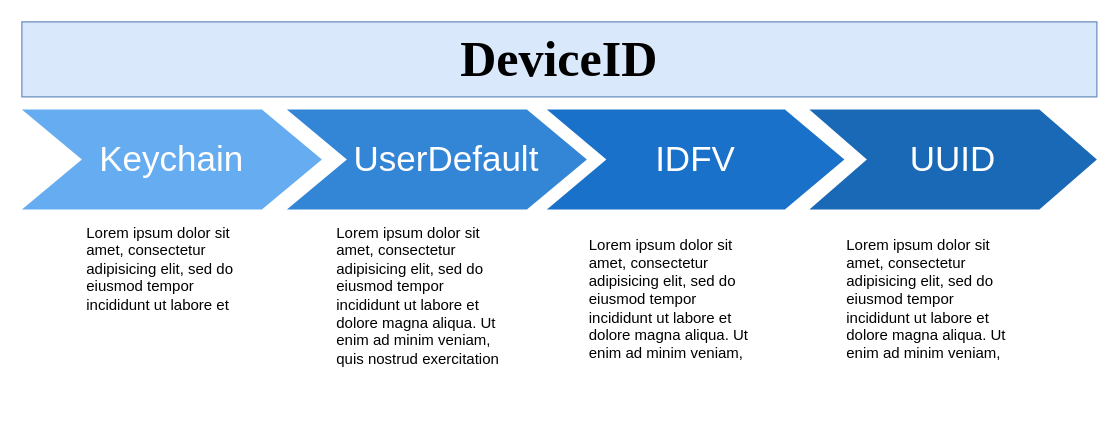
Above: deviceid.drawio in Arthurcsh/Draw.io (draw.io), before the change. Source tidied: cells renumbered, new cells numbered last; positions are measured from the earlier drawing's top-left corner, leaving out a move shared by most shapes. Both pictures are drawn from the tidied source at 125%, with x=0, y=0 at pixel (21, 21).
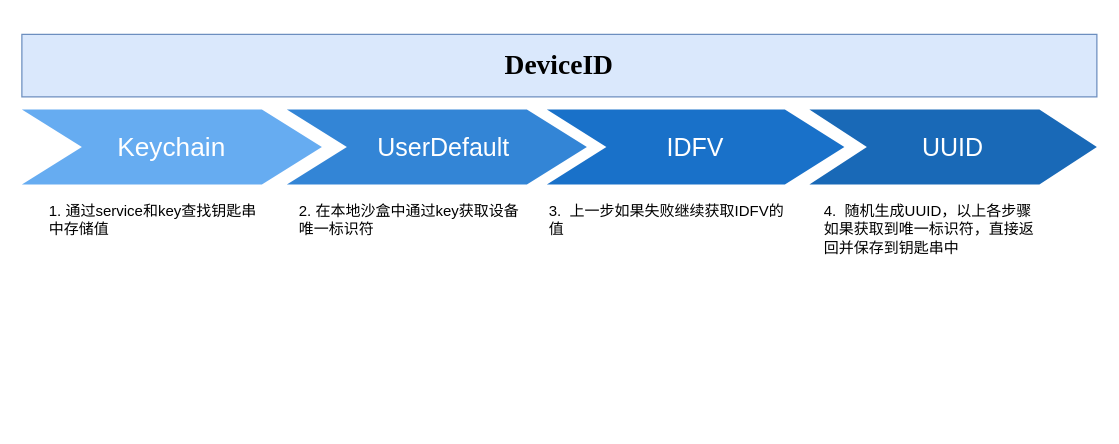
The same page after the edit.

Diff of the diagram source:
```diff
@@
 <mxGraphModel background="#ffffff">
   <root>
     <mxCell id="0" />
     <mxCell id="1" parent="0" />
-    <mxCell id="2" value="Keychain" style="shape=step;whiteSpace=wrap;html=1;fontSize=28;fillColor=#0075E8;fontColor=#FFFFFF;strokeColor=none;opacity=60;" parent="1" vertex="1">
-      <mxGeometry y="70" width="240" height="80" as="geometry" />
+    <mxCell id="2" value="Keychain" style="shape=step;whiteSpace=wrap;html=1;fontSize=21;fillColor=#0075E8;fontColor=#FFFFFF;strokeColor=none;opacity=60;" parent="1" vertex="1">
+      <mxGeometry y="70" width="240" height="60" as="geometry" />
     </mxCell>
-    <mxCell id="3" value="&amp;nbsp; UserDefault" style="shape=step;whiteSpace=wrap;html=1;fontSize=28;fillColor=#0067CC;fontColor=#FFFFFF;strokeColor=none;opacity=80;" parent="1" vertex="1">
-      <mxGeometry x="212" y="70" width="240" height="80" as="geometry" />
+    <mxCell id="3" value="&amp;nbsp; UserDefault" style="shape=step;whiteSpace=wrap;html=1;fontSize=20;fillColor=#0067CC;fontColor=#FFFFFF;strokeColor=none;opacity=80;" parent="1" vertex="1">
+      <mxGeometry x="212" y="70" width="240" height="60" as="geometry" />
     </mxCell>
-    <mxCell id="4" value="IDFV" style="shape=step;whiteSpace=wrap;html=1;fontSize=28;fillColor=#0062C4;fontColor=#FFFFFF;strokeColor=none;opacity=90;" parent="1" vertex="1">
-      <mxGeometry x="420" y="70" width="238" height="80" as="geometry" />
+    <mxCell id="4" value="IDFV" style="shape=step;whiteSpace=wrap;html=1;fontSize=20;fillColor=#0062C4;fontColor=#FFFFFF;strokeColor=none;opacity=90;" parent="1" vertex="1">
+      <mxGeometry x="420" y="70" width="238" height="60" as="geometry" />
     </mxCell>
-    <mxCell id="5" value="UUID" style="shape=step;whiteSpace=wrap;html=1;fontSize=28;fillColor=#0059B0;fontColor=#FFFFFF;strokeColor=none;opacity=90;" parent="1" vertex="1">
-      <mxGeometry x="630" y="70" width="230" height="80" as="geometry" />
+    <mxCell id="5" value="UUID" style="shape=step;whiteSpace=wrap;html=1;fontSize=20;fillColor=#0059B0;fontColor=#FFFFFF;strokeColor=none;opacity=90;" parent="1" vertex="1">
+      <mxGeometry x="630" y="70" width="230" height="60" as="geometry" />
     </mxCell>
-    <mxCell id="6" value="DeviceID" style="text;html=1;strokeColor=#6c8ebf;fillColor=#dae8fc;align=center;verticalAlign=middle;whiteSpace=wrap;fontSize=40;fontStyle=1;fontFamily=Times New Roman;" parent="1" vertex="1">
-      <mxGeometry width="860" height="60" as="geometry" />
+    <mxCell id="6" value="DeviceID" style="text;html=1;strokeColor=#6c8ebf;fillColor=#dae8fc;align=center;verticalAlign=middle;whiteSpace=wrap;fontSize=22;fontStyle=1;fontFamily=Times New Roman;" parent="1" vertex="1">
+      <mxGeometry y="10" width="860" height="50" as="geometry" />
     </mxCell>
-    <mxCell id="7" value="Lorem ipsum dolor sit amet, consectetur adipisicing elit, sed do eiusmod tempor incididunt ut labore et&amp;nbsp;" style="text;spacingTop=-5;fillColor=#ffffff;whiteSpace=wrap;html=1;align=left;fontSize=12;fontFamily=Helvetica;fillColor=none;strokeColor=none;" parent="1" vertex="1">
-      <mxGeometry x="50" y="160" width="140" height="160" as="geometry" />
+    <mxCell id="7" value="1. 通过service和key查找钥匙串中存储值" style="text;spacingTop=-5;fillColor=#ffffff;whiteSpace=wrap;html=1;align=left;fontSize=12;fontFamily=Helvetica;fillColor=none;strokeColor=none;" parent="1" vertex="1">
+      <mxGeometry x="20" y="143" width="180" height="47" as="geometry" />
     </mxCell>
-    <mxCell id="8" value="Lorem ipsum dolor sit amet, consectetur adipisicing elit, sed do eiusmod tempor incididunt ut labore et dolore magna aliqua. Ut enim ad minim veniam, quis nostrud exercitation&amp;nbsp;" style="text;spacingTop=-5;fillColor=#ffffff;whiteSpace=wrap;html=1;align=left;fontSize=12;fontFamily=Helvetica;fillColor=none;strokeColor=none;" parent="1" vertex="1">
-      <mxGeometry x="250" y="160" width="140" height="160" as="geometry" />
+    <mxCell id="8" value="2. 在本地沙盒中通过key获取设备唯一标识符" style="text;spacingTop=-5;fillColor=#ffffff;whiteSpace=wrap;html=1;align=left;fontSize=12;fontFamily=Helvetica;fillColor=none;strokeColor=none;" parent="1" vertex="1">
+      <mxGeometry x="220" y="143" width="190" height="47" as="geometry" />
     </mxCell>
-    <mxCell id="9" value="Lorem ipsum dolor sit amet, consectetur adipisicing elit, sed do eiusmod tempor incididunt ut labore et dolore magna aliqua. Ut enim ad minim veniam,&amp;nbsp;" style="text;spacingTop=-5;fillColor=#ffffff;whiteSpace=wrap;html=1;align=left;fontSize=12;fontFamily=Helvetica;fillColor=none;strokeColor=none;" parent="1" vertex="1">
-      <mxGeometry x="452" y="170" width="140" height="140" as="geometry" />
+    <mxCell id="9" value="3. &amp;nbsp;上一步如果失败继续获取IDFV的值" style="text;spacingTop=-5;fillColor=#ffffff;whiteSpace=wrap;html=1;align=left;fontSize=12;fontFamily=Helvetica;fillColor=none;strokeColor=none;" parent="1" vertex="1">
+      <mxGeometry x="420" y="143" width="190" height="47" as="geometry" />
     </mxCell>
-    <mxCell id="10" value="Lorem ipsum dolor sit amet, consectetur adipisicing elit, sed do eiusmod tempor incididunt ut labore et dolore magna aliqua. Ut enim ad minim veniam,&amp;nbsp;" style="text;spacingTop=-5;fillColor=#ffffff;whiteSpace=wrap;html=1;align=left;fontSize=12;fontFamily=Helvetica;fillColor=none;strokeColor=none;" parent="1" vertex="1">
-      <mxGeometry x="658" y="170" width="140" height="130" as="geometry" />
+    <mxCell id="10" value="4. &amp;nbsp;随机生成UUID，以上各步骤如果获取到唯一标识符，直接返回并保存到钥匙串中" style="text;spacingTop=-5;fillColor=#ffffff;whiteSpace=wrap;html=1;align=left;fontSize=12;fontFamily=Helvetica;fillColor=none;strokeColor=none;" parent="1" vertex="1">
+      <mxGeometry x="640" y="143" width="170" height="50" as="geometry" />
     </mxCell>
   </root>
 </mxGraphModel>
```
